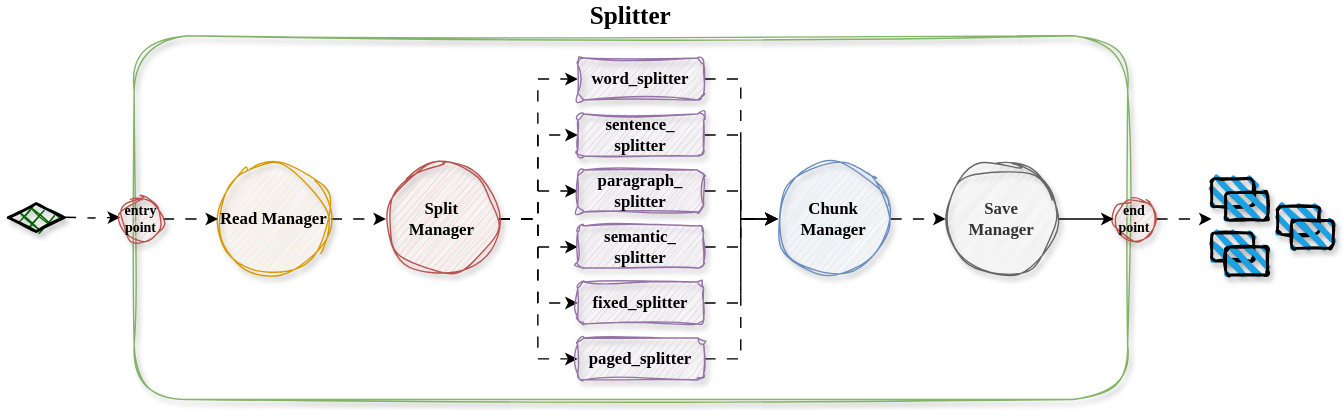
Earlier version of the draw.io export assets/splitter.drawio.svg (andreshere00/Splitter). Source tidied: cells renumbered, new cells last; positions are measured from the earlier drawing's top-left corner, leaving out a move shared by most shapes. Its diagram source:
```xml
<mxGraphModel>
  <root>
    <mxCell id="0" />
    <mxCell id="1" parent="0" />
    <mxCell id="2" value="Splitter" style="rounded=1;whiteSpace=wrap;html=1;fillColor=none;strokeColor=#82b366;fontFamily=Amazon Ember Display;fontStyle=1;fontSize=18;shadow=1;sketch=1;curveFitting=1;jiggle=2;verticalAlign=bottom;labelPosition=center;verticalLabelPosition=top;align=center;" parent="1" vertex="1">
      <mxGeometry x="90" width="710" height="260" as="geometry" />
    </mxCell>
    <mxCell id="3" style="edgeStyle=orthogonalEdgeStyle;rounded=0;jettySize=auto;html=1;entryX=0;entryY=0.5;entryDx=0;entryDy=0;fontFamily=Amazon Ember Display;flowAnimation=1;" parent="1" edge="1" source="9" target="11">
      <mxGeometry relative="1" as="geometry" />
    </mxCell>
    <mxCell id="4" style="edgeStyle=orthogonalEdgeStyle;rounded=0;jettySize=auto;html=1;entryX=0;entryY=0.5;entryDx=0;entryDy=0;fontFamily=Amazon Ember Display;flowAnimation=1;" parent="1" edge="1" source="9" target="13">
      <mxGeometry relative="1" as="geometry" />
    </mxCell>
    <mxCell id="5" style="edgeStyle=orthogonalEdgeStyle;rounded=0;jettySize=auto;html=1;fontFamily=Amazon Ember Display;flowAnimation=1;" parent="1" edge="1" source="9" target="15">
      <mxGeometry relative="1" as="geometry" />
    </mxCell>
    <mxCell id="6" style="edgeStyle=orthogonalEdgeStyle;rounded=0;jettySize=auto;html=1;fontFamily=Amazon Ember Display;flowAnimation=1;" parent="1" edge="1" source="9" target="17">
      <mxGeometry relative="1" as="geometry" />
    </mxCell>
    <mxCell id="7" style="edgeStyle=orthogonalEdgeStyle;rounded=0;jettySize=auto;html=1;entryX=0;entryY=0.5;entryDx=0;entryDy=0;fontFamily=Amazon Ember Display;flowAnimation=1;" parent="1" edge="1" source="9" target="19">
      <mxGeometry relative="1" as="geometry" />
    </mxCell>
    <mxCell id="8" style="edgeStyle=orthogonalEdgeStyle;rounded=0;jettySize=auto;html=1;entryX=0;entryY=0.5;entryDx=0;entryDy=0;fontFamily=Amazon Ember Display;flowAnimation=1;" parent="1" edge="1" source="9" target="21">
      <mxGeometry relative="1" as="geometry" />
    </mxCell>
    <mxCell id="9" value="&lt;span style=&quot;color: rgb(0, 0, 0); font-size: 12px; font-style: normal; font-variant-ligatures: normal; font-variant-caps: normal; font-weight: 700; letter-spacing: normal; orphans: 2; text-align: center; text-indent: 0px; text-transform: none; widows: 2; word-spacing: 0px; -webkit-text-stroke-width: 0px; white-space: normal; text-decoration-thickness: initial; text-decoration-style: initial; text-decoration-color: initial; float: none; display: inline !important;&quot;&gt;Split&lt;/span&gt;&lt;div style=&quot;forced-color-adjust: none; color: rgb(0, 0, 0); font-size: 12px; font-style: normal; font-variant-ligatures: normal; font-variant-caps: normal; font-weight: 700; letter-spacing: normal; orphans: 2; text-align: center; text-indent: 0px; text-transform: none; widows: 2; word-spacing: 0px; -webkit-text-stroke-width: 0px; white-space: normal; text-decoration-thickness: initial; text-decoration-style: initial; text-decoration-color: initial;&quot;&gt;&lt;span style=&quot;&quot;&gt;Manager&lt;/span&gt;&lt;/div&gt;" style="ellipse;whiteSpace=wrap;html=1;fillColor=#f8cecc;strokeColor=#b85450;sketch=1;curveFitting=1;jiggle=2;shadow=1;fontFamily=Amazon Ember Display;labelBackgroundColor=none;" parent="1" vertex="1">
      <mxGeometry x="270" y="91" width="80" height="80" as="geometry" />
    </mxCell>
    <mxCell id="10" style="edgeStyle=orthogonalEdgeStyle;rounded=0;jettySize=auto;html=1;entryX=0;entryY=0.5;entryDx=0;entryDy=0;fontFamily=Amazon Ember Display;flowAnimation=1;" parent="1" edge="1" source="11" target="25">
      <mxGeometry relative="1" as="geometry" />
    </mxCell>
    <mxCell id="11" value="word_splitter" style="rounded=1;whiteSpace=wrap;html=1;fillColor=#e1d5e7;strokeColor=#9673a6;shadow=1;sketch=1;curveFitting=1;jiggle=2;fontStyle=1;fontFamily=Amazon Ember Display;" parent="1" vertex="1">
      <mxGeometry x="407" y="16" width="90" height="30" as="geometry" />
    </mxCell>
    <mxCell id="12" style="edgeStyle=orthogonalEdgeStyle;rounded=0;jettySize=auto;html=1;entryX=0;entryY=0.5;entryDx=0;entryDy=0;fontFamily=Amazon Ember Display;flowAnimation=1;" parent="1" edge="1" source="13" target="25">
      <mxGeometry relative="1" as="geometry" />
    </mxCell>
    <mxCell id="13" value="sentence_&lt;div&gt;splitter&lt;/div&gt;" style="rounded=1;whiteSpace=wrap;html=1;fillColor=#e1d5e7;strokeColor=#9673a6;shadow=1;sketch=1;curveFitting=1;jiggle=2;fontStyle=1;fontFamily=Amazon Ember Display;" parent="1" vertex="1">
      <mxGeometry x="407" y="56" width="90" height="30" as="geometry" />
    </mxCell>
    <mxCell id="14" style="edgeStyle=orthogonalEdgeStyle;rounded=0;jettySize=auto;html=1;entryX=0;entryY=0.5;entryDx=0;entryDy=0;fontFamily=Amazon Ember Display;flowAnimation=1;" parent="1" edge="1" source="15" target="25">
      <mxGeometry relative="1" as="geometry" />
    </mxCell>
    <mxCell id="15" value="paragraph_&lt;div&gt;splitter&lt;/div&gt;" style="rounded=1;whiteSpace=wrap;html=1;fillColor=#e1d5e7;strokeColor=#9673a6;shadow=1;sketch=1;curveFitting=1;jiggle=2;fontStyle=1;fontFamily=Amazon Ember Display;" parent="1" vertex="1">
      <mxGeometry x="407" y="96" width="90" height="30" as="geometry" />
    </mxCell>
    <mxCell id="16" style="edgeStyle=orthogonalEdgeStyle;rounded=0;jettySize=auto;html=1;entryX=0;entryY=0.5;entryDx=0;entryDy=0;fontFamily=Amazon Ember Display;flowAnimation=1;" parent="1" edge="1" source="17" target="25">
      <mxGeometry relative="1" as="geometry" />
    </mxCell>
    <mxCell id="17" value="semantic_&lt;div&gt;splitter&lt;/div&gt;" style="rounded=1;whiteSpace=wrap;html=1;fillColor=#e1d5e7;strokeColor=#9673a6;shadow=1;sketch=1;curveFitting=1;jiggle=2;fontStyle=1;fontFamily=Amazon Ember Display;" parent="1" vertex="1">
      <mxGeometry x="407" y="136" width="90" height="30" as="geometry" />
    </mxCell>
    <mxCell id="18" style="edgeStyle=orthogonalEdgeStyle;rounded=0;jettySize=auto;html=1;entryX=0;entryY=0.5;entryDx=0;entryDy=0;fontFamily=Amazon Ember Display;flowAnimation=1;" parent="1" edge="1" source="19" target="25">
      <mxGeometry relative="1" as="geometry" />
    </mxCell>
    <mxCell id="19" value="fixed_splitter" style="rounded=1;whiteSpace=wrap;html=1;fillColor=#e1d5e7;strokeColor=#9673a6;shadow=1;sketch=1;curveFitting=1;jiggle=2;fontStyle=1;fontFamily=Amazon Ember Display;" parent="1" vertex="1">
      <mxGeometry x="407" y="176" width="90" height="30" as="geometry" />
    </mxCell>
    <mxCell id="20" style="edgeStyle=orthogonalEdgeStyle;rounded=0;jettySize=auto;html=1;entryX=0;entryY=0.5;entryDx=0;entryDy=0;fontFamily=Amazon Ember Display;flowAnimation=1;" parent="1" edge="1" source="21" target="25">
      <mxGeometry relative="1" as="geometry" />
    </mxCell>
    <mxCell id="21" value="paged_splitter" style="rounded=1;whiteSpace=wrap;html=1;fillColor=#e1d5e7;strokeColor=#9673a6;shadow=1;sketch=1;curveFitting=1;jiggle=2;fontStyle=1;fontFamily=Amazon Ember Display;" parent="1" vertex="1">
      <mxGeometry x="407" y="216" width="90" height="30" as="geometry" />
    </mxCell>
    <mxCell id="22" style="edgeStyle=orthogonalEdgeStyle;rounded=0;jettySize=auto;html=1;entryX=0;entryY=0.5;entryDx=0;entryDy=0;fontFamily=Amazon Ember Display;flowAnimation=1;" parent="1" edge="1" source="23" target="9">
      <mxGeometry relative="1" as="geometry" />
    </mxCell>
    <mxCell id="23" value="Read Manager" style="ellipse;whiteSpace=wrap;html=1;fillColor=#ffe6cc;strokeColor=#d79b00;shadow=1;sketch=1;curveFitting=1;jiggle=2;fontStyle=1;fontFamily=Amazon Ember Display;" parent="1" vertex="1">
      <mxGeometry x="150" y="91" width="80" height="80" as="geometry" />
    </mxCell>
    <mxCell id="24" style="edgeStyle=orthogonalEdgeStyle;rounded=0;jettySize=auto;html=1;fontFamily=Amazon Ember Display;flowAnimation=1;" parent="1" edge="1" source="25">
      <mxGeometry relative="1" as="geometry">
        <mxPoint x="670" y="131" as="targetPoint" />
      </mxGeometry>
    </mxCell>
    <mxCell id="25" value="&lt;b&gt;Chunk&lt;/b&gt;&lt;div&gt;&lt;b&gt;Manager&lt;/b&gt;&lt;/div&gt;" style="ellipse;whiteSpace=wrap;html=1;fillColor=#dae8fc;strokeColor=#6c8ebf;sketch=1;curveFitting=1;jiggle=2;shadow=1;fontFamily=Amazon Ember Display;" parent="1" vertex="1">
      <mxGeometry x="550" y="91" width="80" height="80" as="geometry" />
    </mxCell>
    <mxCell id="26" style="edgeStyle=orthogonalEdgeStyle;rounded=0;orthogonalLoop=1;jettySize=auto;html=1;fontFamily=Amazon Ember Display;flowAnimation=1;" parent="1" edge="1">
      <mxGeometry relative="1" as="geometry">
        <mxPoint x="40" y="129.8" as="sourcePoint" />
        <mxPoint x="80" y="129.8" as="targetPoint" />
      </mxGeometry>
    </mxCell>
    <mxCell id="27" style="rhombus;whiteSpace=wrap;html=1;strokeWidth=2;fillWeight=-1;hachureGap=8;fillStyle=cross-hatch;fillColor=#006600;sketch=1;fontFamily=Amazon Ember Display;shadow=1;" parent="1" vertex="1">
      <mxGeometry y="120" width="40" height="20" as="geometry" />
    </mxCell>
    <mxCell id="28" style="edgeStyle=orthogonalEdgeStyle;rounded=0;jettySize=auto;html=1;entryX=0;entryY=0.5;entryDx=0;entryDy=0;fontFamily=Amazon Ember Display;flowAnimation=1;" parent="1" edge="1" source="29" target="23">
      <mxGeometry relative="1" as="geometry" />
    </mxCell>
    <mxCell id="29" value="entry&lt;div&gt;point&lt;/div&gt;" style="ellipse;whiteSpace=wrap;html=1;fillColor=#f8cecc;strokeColor=#b85450;sketch=1;curveFitting=1;jiggle=2;shadow=1;fontStyle=1;fontSize=10;fontFamily=Amazon Ember Display;" parent="1" vertex="1">
      <mxGeometry x="80" y="116" width="30" height="30" as="geometry" />
    </mxCell>
    <mxCell id="30" style="rounded=1;whiteSpace=wrap;html=1;strokeWidth=2;fillWeight=4;hachureGap=8;hachureAngle=45;fillColor=#1ba1e2;sketch=1;fontFamily=Amazon Ember Display;shadow=1;" parent="1" vertex="1">
      <mxGeometry x="860" y="102" width="30" height="20" as="geometry" />
    </mxCell>
    <mxCell id="31" style="rounded=1;whiteSpace=wrap;html=1;strokeWidth=2;fillWeight=4;hachureGap=8;hachureAngle=45;fillColor=#1ba1e2;sketch=1;fontFamily=Amazon Ember Display;shadow=1;" parent="1" vertex="1">
      <mxGeometry x="870" y="112" width="30" height="20" as="geometry" />
    </mxCell>
    <mxCell id="32" style="rounded=1;whiteSpace=wrap;html=1;strokeWidth=2;fillWeight=4;hachureGap=8;hachureAngle=45;fillColor=#1ba1e2;sketch=1;fontFamily=Amazon Ember Display;shadow=1;" parent="1" vertex="1">
      <mxGeometry x="860" y="141" width="30" height="20" as="geometry" />
    </mxCell>
    <mxCell id="33" style="rounded=1;whiteSpace=wrap;html=1;strokeWidth=2;fillWeight=4;hachureGap=8;hachureAngle=45;fillColor=#1ba1e2;sketch=1;fontFamily=Amazon Ember Display;shadow=1;" parent="1" vertex="1">
      <mxGeometry x="870" y="151" width="30" height="20" as="geometry" />
    </mxCell>
    <mxCell id="34" style="rounded=1;whiteSpace=wrap;html=1;strokeWidth=2;fillWeight=4;hachureGap=8;hachureAngle=45;fillColor=#1ba1e2;sketch=1;fontFamily=Amazon Ember Display;shadow=1;" parent="1" vertex="1">
      <mxGeometry x="907" y="122" width="30" height="20" as="geometry" />
    </mxCell>
    <mxCell id="35" style="rounded=1;whiteSpace=wrap;html=1;strokeWidth=2;fillWeight=4;hachureGap=8;hachureAngle=45;fillColor=#1ba1e2;sketch=1;fontFamily=Amazon Ember Display;shadow=1;" parent="1" vertex="1">
      <mxGeometry x="917" y="132" width="30" height="20" as="geometry" />
    </mxCell>
    <mxCell id="36" style="edgeStyle=orthogonalEdgeStyle;rounded=0;jettySize=auto;html=1;fontFamily=Amazon Ember Display;flowAnimation=1;" parent="1" edge="1" source="37">
      <mxGeometry relative="1" as="geometry">
        <mxPoint x="860" y="131" as="targetPoint" />
      </mxGeometry>
    </mxCell>
    <mxCell id="37" value="end&lt;div&gt;point&lt;/div&gt;" style="ellipse;whiteSpace=wrap;html=1;fillColor=#f8cecc;strokeColor=#b85450;sketch=1;curveFitting=1;jiggle=2;shadow=1;fontStyle=1;fontSize=10;fontFamily=Amazon Ember Display;" parent="1" vertex="1">
      <mxGeometry x="790" y="116" width="30" height="30" as="geometry" />
    </mxCell>
    <mxCell id="38" style="edgeStyle=orthogonalEdgeStyle;rounded=0;jettySize=auto;html=1;entryX=0;entryY=0.5;entryDx=0;entryDy=0;" parent="1" edge="1" source="39" target="37">
      <mxGeometry relative="1" as="geometry" />
    </mxCell>
    <mxCell id="39" value="&lt;b&gt;Save&lt;/b&gt;&lt;div&gt;&lt;b&gt;Manager&lt;/b&gt;&lt;/div&gt;" style="ellipse;whiteSpace=wrap;html=1;fillColor=#f5f5f5;strokeColor=#666666;sketch=1;curveFitting=1;jiggle=2;shadow=1;fontFamily=Amazon Ember Display;fontColor=#333333;" parent="1" vertex="1">
      <mxGeometry x="670" y="91" width="80" height="80" as="geometry" />
    </mxCell>
  </root>
</mxGraphModel>
```
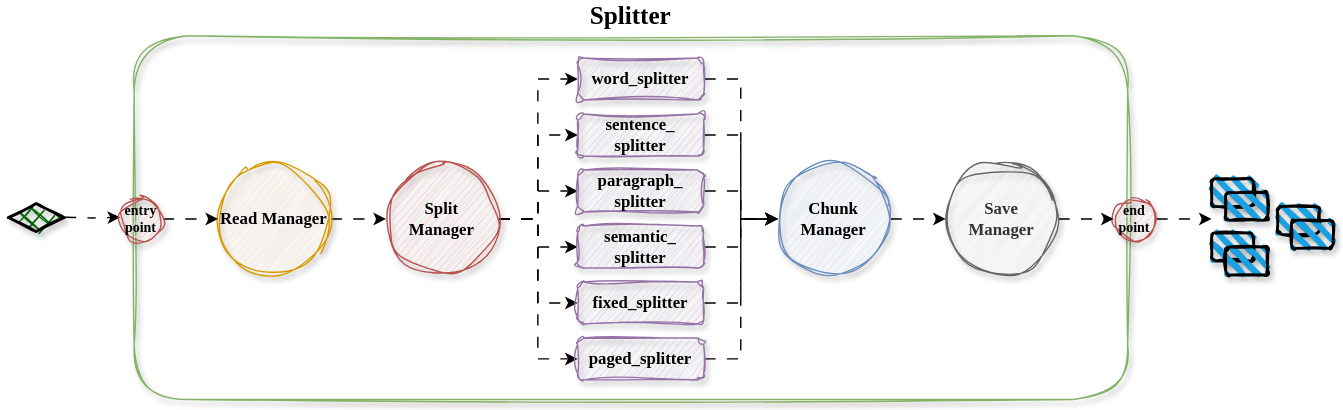
After the commit.

The edit, as a diff of the source:
```diff
@@ -117,7 +117,7 @@
     <mxCell id="37" value="end&lt;div&gt;point&lt;/div&gt;" style="ellipse;whiteSpace=wrap;html=1;fillColor=#f8cecc;strokeColor=#b85450;sketch=1;curveFitting=1;jiggle=2;shadow=1;fontStyle=1;fontSize=10;fontFamily=Amazon Ember Display;" parent="1" vertex="1">
       <mxGeometry x="790" y="116" width="30" height="30" as="geometry" />
     </mxCell>
-    <mxCell id="38" style="edgeStyle=orthogonalEdgeStyle;rounded=0;jettySize=auto;html=1;entryX=0;entryY=0.5;entryDx=0;entryDy=0;" parent="1" edge="1" source="39" target="37">
+    <mxCell id="38" style="edgeStyle=orthogonalEdgeStyle;rounded=0;jettySize=auto;html=1;entryX=0;entryY=0.5;entryDx=0;entryDy=0;dashed=1;dashPattern=8 8;flowAnimation=1;" parent="1" edge="1" source="39" target="37">
       <mxGeometry relative="1" as="geometry" />
     </mxCell>
     <mxCell id="39" value="&lt;b&gt;Save&lt;/b&gt;&lt;div&gt;&lt;b&gt;Manager&lt;/b&gt;&lt;/div&gt;" style="ellipse;whiteSpace=wrap;html=1;fillColor=#f5f5f5;strokeColor=#666666;sketch=1;curveFitting=1;jiggle=2;shadow=1;fontFamily=Amazon Ember Display;fontColor=#333333;" parent="1" vertex="1">
```
